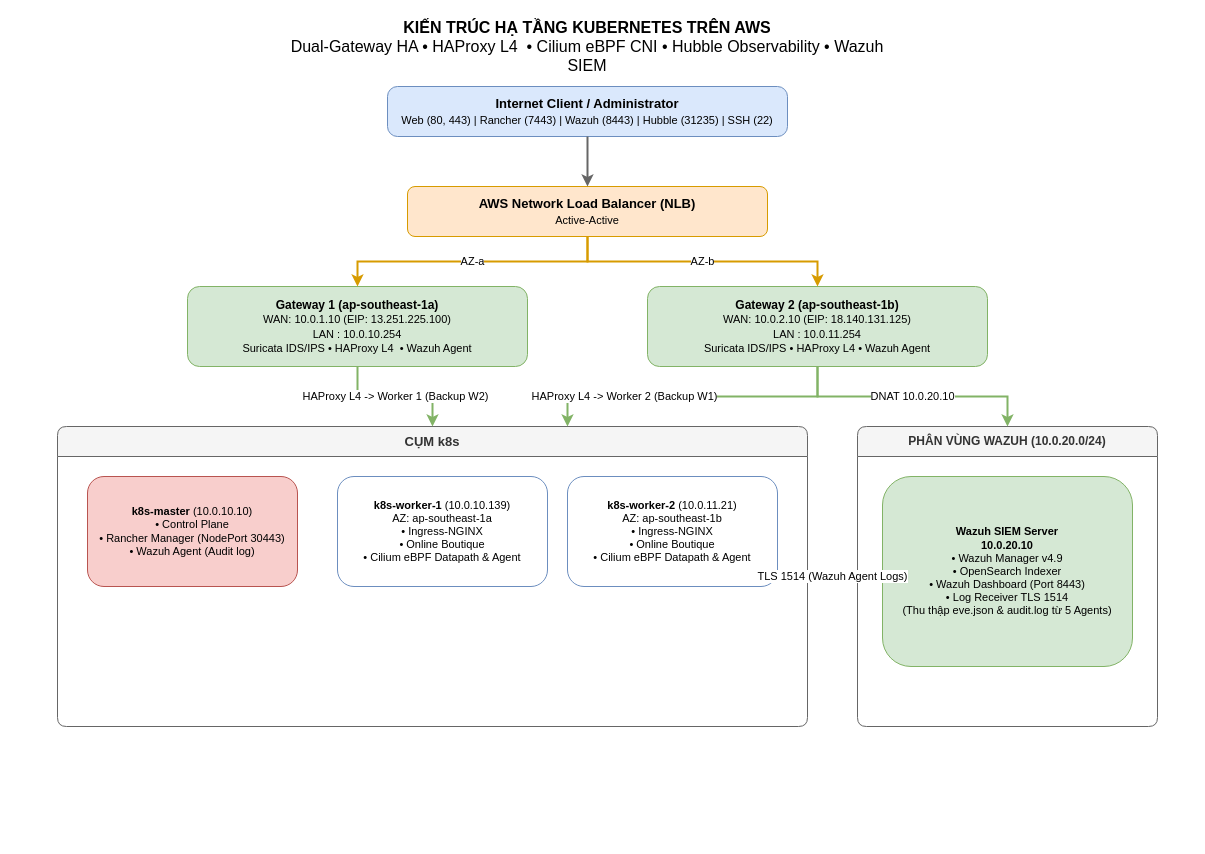
This is report/images/architecture_diagram.drawio from vinh25042005/ncs_project, a draw.io file, before an edit. Source tidied: cells renumbered, new cells numbered last; positions are measured from the earlier drawing's top-left corner, leaving out a move shared by most shapes. Both pictures are drawn from the tidied source at 100%, with x=0, y=0 at pixel (57, 26).
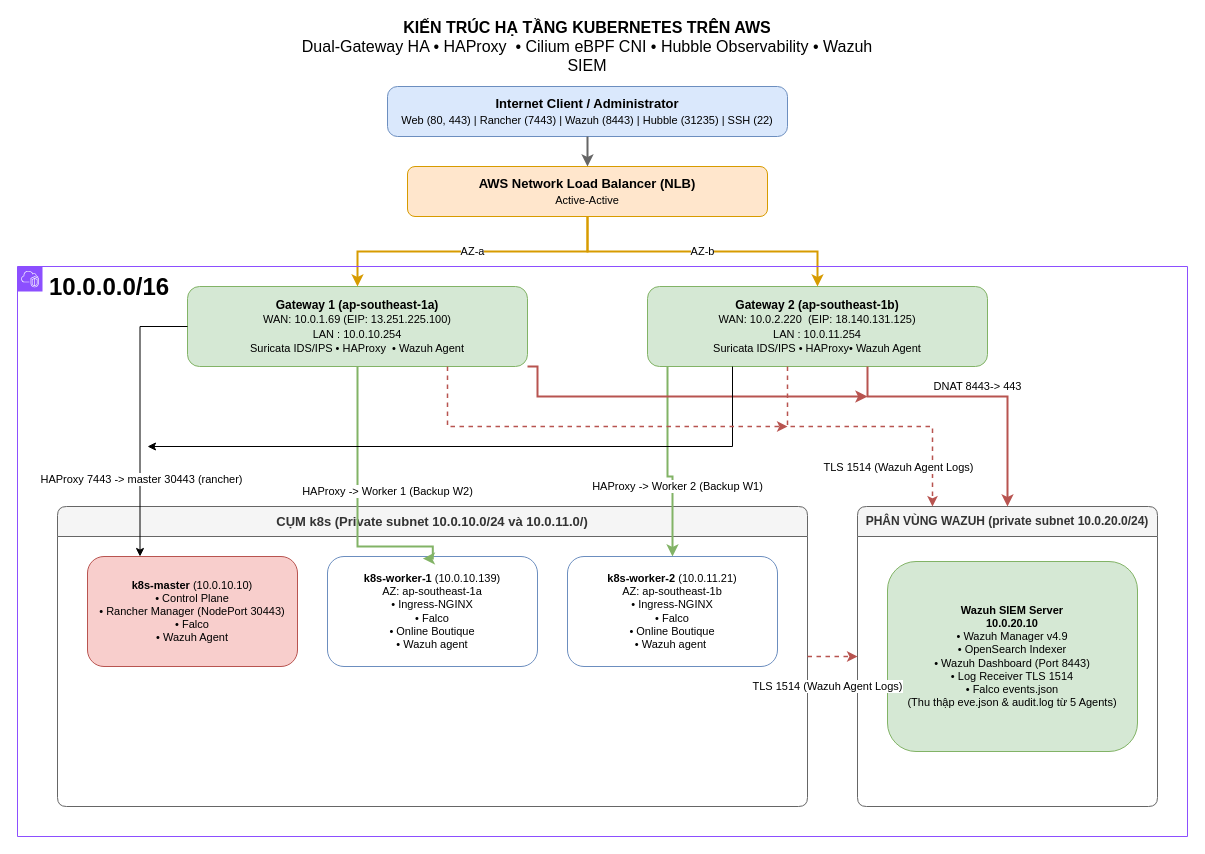
The same page after the edit.

The edit, as a diff of the source:
```diff
@@
-    <mxCell id="2" value="&lt;b&gt;KIẾN TRÚC HẠ TẦNG KUBERNETES TRÊN AWS&lt;/b&gt;&lt;br&gt;Dual-Gateway HA • HAProxy L4&amp;nbsp; • Cilium eBPF CNI • Hubble Observability • Wazuh SIEM" style="text;html=1;align=center;verticalAlign=middle;whiteSpace=wrap;rounded=0;fontSize=16;" parent="1" vertex="1">
+    <mxCell id="2" value="&lt;b&gt;KIẾN TRÚC HẠ TẦNG KUBERNETES TRÊN AWS&lt;/b&gt;&lt;br&gt;Dual-Gateway HA • HAProxy&amp;nbsp; • Cilium eBPF CNI • Hubble Observability • Wazuh SIEM" style="text;html=1;align=center;verticalAlign=middle;whiteSpace=wrap;rounded=0;fontSize=16;" parent="1" vertex="1">
       <mxGeometry x="230" width="600" height="40" as="geometry" />
     </mxCell>
@@
     <mxCell id="4" value="&lt;b&gt;AWS Network Load Balancer (NLB)&lt;/b&gt;&lt;br&gt;&lt;font style=&quot;font-size: 11px;&quot;&gt;Active-Active&lt;/font&gt;" style="rounded=1;whiteSpace=wrap;html=1;fillColor=#ffe6cc;strokeColor=#d79b00;fontSize=13;" parent="1" vertex="1">
-      <mxGeometry x="350" y="160" width="360" height="50" as="geometry" />
+      <mxGeometry x="350" y="140" width="360" height="50" as="geometry" />
     </mxCell>
@@
-    <mxCell id="6" value="&lt;b&gt;Gateway 1 (ap-southeast-1a)&lt;/b&gt;&lt;br&gt;&lt;font style=&quot;font-size: 11px;&quot;&gt;WAN: 10.0.1.10 (EIP: 13.251.225.100)&lt;br&gt;LAN : 10.0.10.254&lt;br&gt;Suricata IDS/IPS • HAProxy L4&amp;nbsp; • Wazuh Agent&lt;/font&gt;" style="rounded=1;whiteSpace=wrap;html=1;fillColor=#d5e8d4;strokeColor=#82b366;fontSize=12;" parent="1" vertex="1">
+    <mxCell id="6" value="&lt;b&gt;Gateway 1 (ap-southeast-1a)&lt;/b&gt;&lt;br&gt;&lt;font style=&quot;font-size: 11px;&quot;&gt;WAN: 10.0.1.69 (EIP: 13.251.225.100)&lt;br&gt;LAN : 10.0.10.254&lt;br&gt;Suricata IDS/IPS • HAProxy&amp;nbsp; • Wazuh Agent&lt;/font&gt;" style="rounded=1;whiteSpace=wrap;html=1;fillColor=#d5e8d4;strokeColor=#82b366;fontSize=12;" parent="1" vertex="1">
       <mxGeometry x="130" y="260" width="340" height="80" as="geometry" />
     </mxCell>
-    <mxCell id="7" value="&lt;b&gt;Gateway 2 (ap-southeast-1b)&lt;/b&gt;&lt;br&gt;&lt;font style=&quot;font-size: 11px;&quot;&gt;WAN: 10.0.2.10 (EIP: 18.140.131.125)&lt;br&gt;LAN : 10.0.11.254&lt;br&gt;Suricata IDS/IPS • HAProxy L4 • Wazuh Agent&lt;/font&gt;" style="rounded=1;whiteSpace=wrap;html=1;fillColor=#d5e8d4;strokeColor=#82b366;fontSize=12;" parent="1" vertex="1">
+    <mxCell id="7" value="&lt;b&gt;Gateway 2 (ap-southeast-1b)&lt;/b&gt;&lt;br&gt;&lt;font style=&quot;font-size: 11px;&quot;&gt;WAN: 10.0.2.220&amp;nbsp; (EIP: 18.140.131.125)&lt;br&gt;LAN : 10.0.11.254&lt;br&gt;Suricata IDS/IPS • HAProxy• Wazuh Agent&lt;/font&gt;" style="rounded=1;whiteSpace=wrap;html=1;fillColor=#d5e8d4;strokeColor=#82b366;fontSize=12;" parent="1" vertex="1">
       <mxGeometry x="590" y="260" width="340" height="80" as="geometry" />
     </mxCell>
@@
-    <mxCell id="10" value="&lt;b&gt;CỤM  k8s &lt;/b&gt;" style="swimlane;whiteSpace=wrap;html=1;fillColor=#f5f5f5;fontColor=#333333;strokeColor=#666666;rounded=1;arcSize=10;startSize=30;fontSize=13;" parent="1" vertex="1">
-      <mxGeometry y="400" width="750" height="300" as="geometry" />
+    <mxCell id="10" value="&lt;b&gt;CỤM  k8s (Private subnet 10.0.10.0/24 và 10.0.11.0/)&lt;/b&gt;" style="swimlane;whiteSpace=wrap;html=1;fillColor=#f5f5f5;fontColor=#333333;strokeColor=#666666;rounded=1;arcSize=10;startSize=30;fontSize=13;" parent="1" vertex="1">
+      <mxGeometry y="480" width="750" height="300" as="geometry" />
     </mxCell>
-    <mxCell id="11" value="&lt;b&gt;k8s-master&lt;/b&gt; (10.0.10.10)&lt;br&gt;&lt;font style=&quot;font-size: 11px;&quot;&gt;• Control Plane &lt;br&gt;• Rancher Manager (NodePort 30443)&lt;br&gt;• Wazuh Agent (Audit log)&lt;/font&gt;" style="rounded=1;whiteSpace=wrap;html=1;fillColor=#ffffff;strokeColor=#b85450;fillColor=#f8cecc;fontSize=11;" parent="10" vertex="1">
+    <mxCell id="11" value="&lt;b&gt;k8s-master&lt;/b&gt; (10.0.10.10)&lt;br&gt;&lt;font style=&quot;font-size: 11px;&quot;&gt;• Control Plane &lt;br&gt;• Rancher Manager (NodePort 30443)&lt;/font&gt;&lt;div&gt;&lt;font style=&quot;font-size: 11px;&quot;&gt;• Falco&lt;/font&gt;&lt;/div&gt;&lt;div&gt;&lt;font style=&quot;font-size: 11px;&quot;&gt;• Wazuh Agent&lt;/font&gt;&lt;/div&gt;" style="rounded=1;whiteSpace=wrap;html=1;fillColor=#ffffff;strokeColor=#b85450;fillColor=#f8cecc;fontSize=11;" parent="10" vertex="1">
       <mxGeometry x="30" y="50" width="210" height="110" as="geometry" />
     </mxCell>
-    <mxCell id="12" value="&lt;b&gt;k8s-worker-1&lt;/b&gt; (10.0.10.139)&lt;br&gt;&lt;font style=&quot;font-size: 11px;&quot;&gt;AZ: ap-southeast-1a &lt;br&gt;• Ingress-NGINX&lt;br&gt;• Online Boutique &lt;br&gt;• Cilium eBPF Datapath &amp;amp; Agent&lt;/font&gt;" style="rounded=1;whiteSpace=wrap;html=1;fillColor=#ffffff;strokeColor=#6c8ebf;fontSize=11;" parent="10" vertex="1">
-      <mxGeometry x="280" y="50" width="210" height="110" as="geometry" />
+    <mxCell id="12" value="&lt;b&gt;k8s-worker-1&lt;/b&gt; (10.0.10.139)&lt;br&gt;&lt;font style=&quot;font-size: 11px;&quot;&gt;AZ: ap-southeast-1a &lt;br&gt;• Ingress-NGINX&lt;/font&gt;&lt;div&gt;&lt;font style=&quot;font-size: 11px;&quot;&gt;&lt;div&gt;• Falco&lt;/div&gt;• Online Boutique &lt;br&gt;• Wazuh agent&lt;br&gt;&lt;/font&gt;&lt;/div&gt;" style="rounded=1;whiteSpace=wrap;html=1;fillColor=#ffffff;strokeColor=#6c8ebf;fontSize=11;" parent="10" vertex="1">
+      <mxGeometry x="270" y="50" width="210" height="110" as="geometry" />
     </mxCell>
-    <mxCell id="13" value="&lt;b&gt;k8s-worker-2&lt;/b&gt; (10.0.11.21)&lt;br&gt;&lt;font style=&quot;font-size: 11px;&quot;&gt;AZ: ap-southeast-1b&lt;br&gt;• Ingress-NGINX&lt;br&gt;• Online Boutique&lt;br&gt;• Cilium eBPF Datapath &amp;amp; Agent&lt;/font&gt;" style="rounded=1;whiteSpace=wrap;html=1;fillColor=#ffffff;strokeColor=#6c8ebf;fontSize=11;" parent="10" vertex="1">
+    <mxCell id="13" value="&lt;b&gt;k8s-worker-2&lt;/b&gt; (10.0.11.21)&lt;br&gt;&lt;font style=&quot;font-size: 11px;&quot;&gt;AZ: ap-southeast-1b&lt;br&gt;• Ingress-NGINX&lt;br&gt;&lt;div&gt;• Falco&lt;/div&gt;&lt;/font&gt;&lt;div&gt;&lt;font style=&quot;font-size: 11px;&quot;&gt;• Online Boutique&lt;br&gt;• Wazuh agent&amp;nbsp;&lt;br&gt;&lt;/font&gt;&lt;/div&gt;" style="rounded=1;whiteSpace=wrap;html=1;fillColor=#ffffff;strokeColor=#6c8ebf;fontSize=11;" parent="10" vertex="1">
       <mxGeometry x="510" y="50" width="210" height="110" as="geometry" />
     </mxCell>
-    <mxCell id="14" value="&lt;b&gt;PHÂN VÙNG WAZUH (10.0.20.0/24)&lt;/b&gt;" style="swimlane;whiteSpace=wrap;html=1;fillColor=#f5f5f5;fontColor=#333333;strokeColor=#666666;rounded=1;arcSize=10;startSize=30;fontSize=12;" parent="1" vertex="1">
-      <mxGeometry x="800" y="400" width="300" height="300" as="geometry" />
+    <mxCell id="14" value="&lt;b&gt;PHÂN VÙNG WAZUH (private subnet 10.0.20.0/24)&lt;/b&gt;" style="swimlane;whiteSpace=wrap;html=1;fillColor=#f5f5f5;fontColor=#333333;strokeColor=#666666;rounded=1;arcSize=10;startSize=30;fontSize=12;" parent="1" vertex="1">
+      <mxGeometry x="800" y="480" width="300" height="300" as="geometry" />
     </mxCell>
-    <mxCell id="15" value="&lt;b&gt;Wazuh SIEM Server&lt;/b&gt;&lt;br&gt;&lt;b&gt;10.0.20.10&lt;/b&gt;&lt;br&gt;&lt;font style=&quot;font-size: 11px;&quot;&gt;• Wazuh Manager v4.9&lt;br&gt;• OpenSearch Indexer&lt;br&gt;• Wazuh Dashboard (Port 8443)&lt;br&gt;• Log Receiver TLS 1514&lt;br&gt;(Thu thập eve.json &amp;amp; audit.log từ 5 Agents)&lt;/font&gt;" style="rounded=1;whiteSpace=wrap;html=1;fillColor=#d5e8d4;strokeColor=#82b366;fontSize=11;" parent="14" vertex="1">
-      <mxGeometry x="25" y="50" width="250" height="190" as="geometry" />
+    <mxCell id="15" value="&lt;b&gt;Wazuh SIEM Server&lt;/b&gt;&lt;br&gt;&lt;b&gt;10.0.20.10&lt;/b&gt;&lt;br&gt;&lt;font style=&quot;font-size: 11px;&quot;&gt;• Wazuh Manager v4.9&lt;br&gt;• OpenSearch Indexer&lt;br&gt;• Wazuh Dashboard (Port 8443)&lt;br&gt;• Log Receiver TLS 1514&lt;/font&gt;&lt;div&gt;• Falco events.json&lt;br&gt;&lt;div&gt;&lt;font style=&quot;font-size: 11px;&quot;&gt;(Thu thập eve.json &amp;amp; audit.log từ 5 Agents)&lt;/font&gt;&lt;/div&gt;&lt;/div&gt;" style="rounded=1;whiteSpace=wrap;html=1;fillColor=#d5e8d4;strokeColor=#82b366;fontSize=11;" parent="14" vertex="1">
+      <mxGeometry x="30" y="55" width="250" height="190" as="geometry" />
     </mxCell>
-    <mxCell id="16" value="HAProxy L4 -&gt; Worker 1 (Backup W2)" style="edgeStyle=orthogonalEdgeStyle;rounded=0;jettySize=auto;html=1;strokeWidth=2;strokeColor=#82b366;" parent="1" edge="1" source="6" target="10">
-      <mxGeometry relative="1" as="geometry">
+    <mxCell id="16" value="HAProxy -&amp;gt; Worker 1 (Backup W2)" style="edgeStyle=orthogonalEdgeStyle;rounded=0;jettySize=auto;html=1;strokeWidth=2;strokeColor=#82b366;entryX=0.454;entryY=0.019;entryDx=0;entryDy=0;entryPerimeter=0;" parent="1" edge="1" source="6" target="12">
+      <mxGeometry x="-0.1" y="30" relative="1" as="geometry">
         <Array as="points">
-          <mxPoint x="300" y="370" />
-          <mxPoint x="375" y="370" />
+          <mxPoint x="300" y="520" />
+          <mxPoint x="375.3" y="520" />
         </Array>
       </mxGeometry>
     </mxCell>
-    <mxCell id="17" value="HAProxy L4 -&gt; Worker 2 (Backup W1)" style="edgeStyle=orthogonalEdgeStyle;rounded=0;jettySize=auto;html=1;strokeWidth=2;strokeColor=#82b366;" parent="1" edge="1" source="7" target="10">
-      <mxGeometry x="0.44" relative="1" as="geometry">
+    <mxCell id="17" value="HAProxy -&amp;gt; Worker 2 (Backup W1)" style="edgeStyle=orthogonalEdgeStyle;rounded=0;jettySize=auto;html=1;strokeWidth=2;strokeColor=#82b366;entryX=0.5;entryY=0;entryDx=0;entryDy=0;" parent="1" edge="1" source="7" target="13">
+      <mxGeometry x="0.28" y="5" relative="1" as="geometry">
         <Array as="points">
-          <mxPoint x="760" y="370" />
-          <mxPoint x="510" y="370" />
+          <mxPoint x="610" y="450" />
         </Array>
       </mxGeometry>
     </mxCell>
-    <mxCell id="18" value="DNAT 10.0.20.10" style="edgeStyle=orthogonalEdgeStyle;rounded=0;jettySize=auto;html=1;strokeWidth=2;strokeColor=#82b366;" parent="1" edge="1" source="7" target="14">
-      <mxGeometry relative="1" as="geometry" />
+    <mxCell id="18" value="DNAT 8443-&amp;gt; 443" style="edgeStyle=orthogonalEdgeStyle;rounded=0;jettySize=auto;html=1;strokeWidth=2;strokeColor=#b85450;fillColor=#f8cecc;" parent="1" edge="1" source="7" target="14">
+      <mxGeometry y="10" relative="1" as="geometry">
+        <Array as="points">
+          <mxPoint x="810" y="370" />
+          <mxPoint x="950" y="370" />
+        </Array>
+      </mxGeometry>
     </mxCell>
-    <mxCell id="19" value="TLS 1514 (Wazuh Agent Logs)" style="edgeStyle=orthogonalEdgeStyle;rounded=0;jettySize=auto;html=1;dashed=1;strokeWidth=1.5;strokeColor=#b85450;" parent="1" edge="1" source="10" target="14">
-      <mxGeometry relative="1" as="geometry" />
+    <mxCell id="19" value="TLS 1514 (Wazuh Agent Logs)" style="edgeStyle=orthogonalEdgeStyle;rounded=0;jettySize=auto;html=1;dashed=1;strokeWidth=1.5;strokeColor=#b85450;exitX=1;exitY=0.5;exitDx=0;exitDy=0;" parent="1" edge="1" source="10" target="14">
+      <mxGeometry x="-0.2" y="-30" relative="1" as="geometry" />
     </mxCell>
+    <mxCell id="20" style="edgeStyle=orthogonalEdgeStyle;rounded=0;jettySize=auto;html=1;strokeWidth=2;strokeColor=#b85450;exitX=1;exitY=1;exitDx=0;exitDy=0;fillColor=#f8cecc;" parent="1" edge="1" source="6">
+      <mxGeometry x="0.62" y="10" relative="1" as="geometry">
+        <mxPoint x="810" y="370" as="targetPoint" />
+        <Array as="points">
+          <mxPoint x="480" y="340" />
+          <mxPoint x="480" y="370" />
+        </Array>
+      </mxGeometry>
+    </mxCell>
+    <mxCell id="21" style="endArrow=classic;html=1;rounded=0;defaultLabelBackgroundColor=page;exitX=0;exitY=0.5;exitDx=0;exitDy=0;entryX=0.25;entryY=0;entryDx=0;entryDy=0;" parent="1" edge="1" source="6" target="11">
+      <mxGeometry x="-0.65" relative="1" as="geometry">
+        <Array as="points">
+          <mxPoint x="82.5" y="300" />
+        </Array>
+      </mxGeometry>
+    </mxCell>
+    <mxCell id="22" value="HAProxy 7443 -&amp;gt; master 30443 (rancher)" style="edgeLabel;html=1;align=center;verticalAlign=middle;inheritText=1;defaultLabelBackgroundColor=page;" parent="21" vertex="1">
+      <mxGeometry x="0.44" y="1" relative="1" as="geometry" />
+    </mxCell>
+    <mxCell id="23" style="endArrow=classic;html=1;rounded=0;defaultLabelBackgroundColor=page;exitX=0.25;exitY=1;exitDx=0;exitDy=0;" parent="1" edge="1" source="7">
+      <mxGeometry relative="1" as="geometry">
+        <mxPoint x="90" y="420" as="targetPoint" />
+        <Array as="points">
+          <mxPoint x="675" y="420" />
+        </Array>
+      </mxGeometry>
+    </mxCell>
+    <mxCell id="24" style="edgeStyle=orthogonalEdgeStyle;rounded=0;jettySize=auto;html=1;dashed=1;strokeWidth=1.5;strokeColor=#b85450;entryX=0.25;entryY=0;entryDx=0;entryDy=0;" parent="1" edge="1" target="14">
+      <mxGeometry x="-0.64" y="-30" relative="1" as="geometry">
+        <mxPoint x="730" y="340" as="sourcePoint" />
+        <Array as="points">
+          <mxPoint x="730" y="400" />
+          <mxPoint x="875" y="400" />
+        </Array>
+      </mxGeometry>
+    </mxCell>
+    <mxCell id="25" value="TLS 1514 (Wazuh Agent Logs)" style="edgeLabel;html=1;align=center;verticalAlign=middle;inheritText=1;" parent="24" vertex="1">
+      <mxGeometry x="0.67" y="4" relative="1" as="geometry">
+        <mxPoint x="-39" y="7" as="offset" />
+      </mxGeometry>
+    </mxCell>
+    <mxCell id="26" style="edgeStyle=orthogonalEdgeStyle;rounded=0;orthogonalLoop=1;jettySize=auto;html=1;dashed=1;strokeWidth=1.5;strokeColor=#b85450;" parent="1" edge="1">
+      <mxGeometry x="0.2" y="-30" relative="1" as="geometry">
+        <mxPoint x="390" y="340" as="sourcePoint" />
+        <mxPoint x="730" y="400" as="targetPoint" />
+        <Array as="points">
+          <mxPoint x="390" y="400" />
+        </Array>
+      </mxGeometry>
+    </mxCell>
+    <mxCell id="27" value="&lt;b&gt;&lt;font style=&quot;font-size: 24px;&quot;&gt;10.0.0.0/16&lt;/font&gt;&lt;/b&gt;" style="gradientColor=none;html=1;whiteSpace=wrap;fontSize=12;fontStyle=0;shape=mxgraph.aws4.group;grIcon=mxgraph.aws4.group_vpc2;strokeColor=#8C4FFF;fillColor=none;verticalAlign=top;align=left;spacingLeft=30;fontColor=#000000;dashed=0;" parent="1" vertex="1">
+      <mxGeometry x="-40" y="240" width="1170" height="570" as="geometry" />
+    </mxCell>
```
